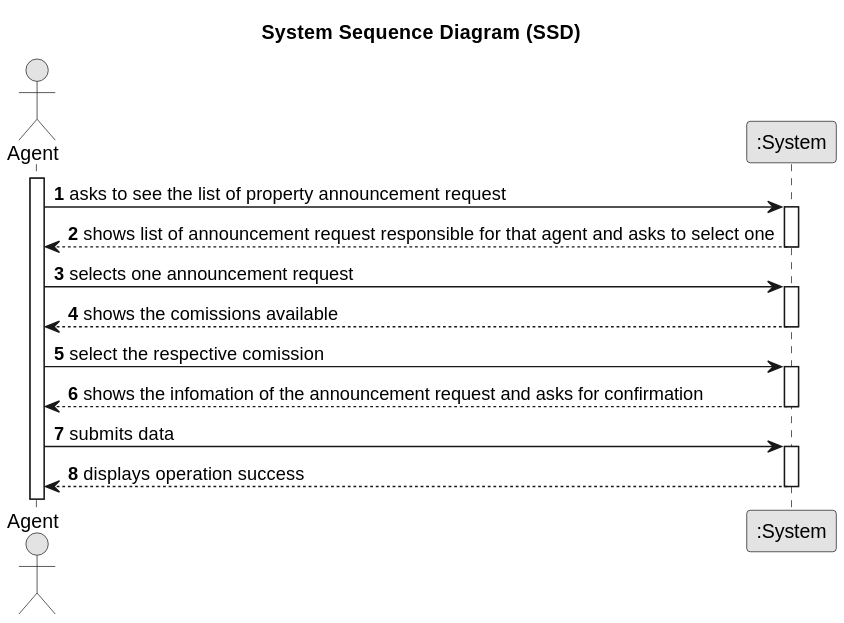
PureNimble/ISEP-LAPR2 keeps this PlantUML diagram as docs/sprintC/US08/01.requirements-engineering/svg/us08-system-sequence-diagram.svg. Above is the earlier version.
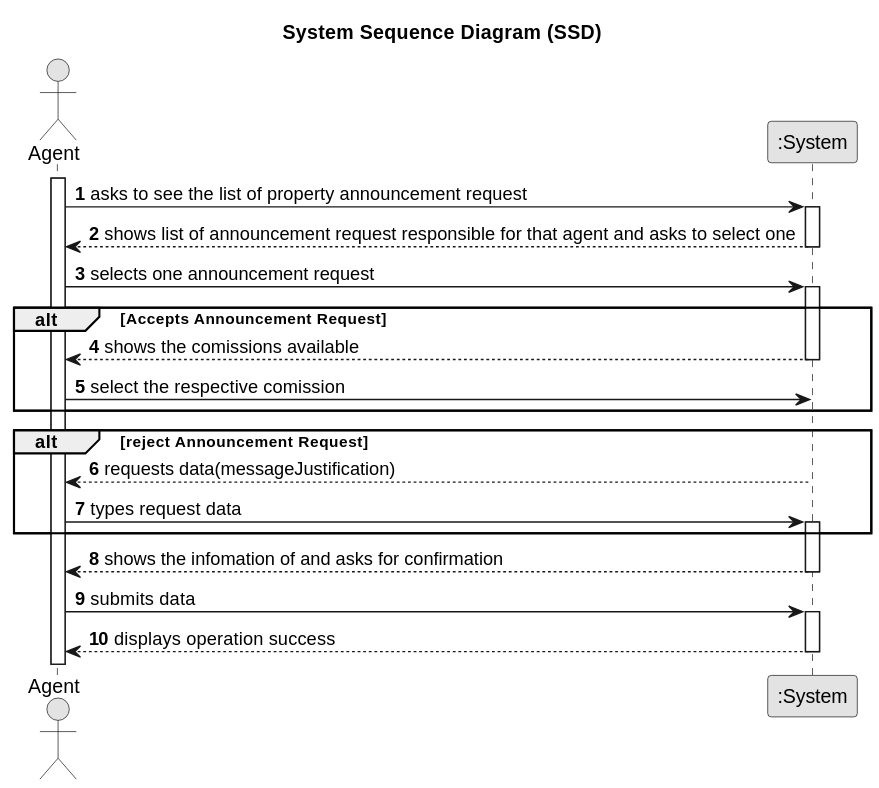
After the commit.

The edit, as a diff of the source:
```diff
@@ -21,15 +21,24 @@
             Agent -> System : selects one announcement request
             activate System
 
-
+alt Accepts Announcement Request
 System --> Agent:shows the comissions available
 deactivate System
 
 Agent -> System:select the respective comission
+deactivate System
+end
+alt reject Announcement Request
+System --> Agent:requests data(messageJustification)
+deactivate System
+
+Agent -> System:types request data
 activate System
+end
 
-System --> Agent: shows the infomation of the announcement request and asks for confirmation
+System --> Agent: shows the infomation of and asks for confirmation
 deactivate System
+
 
  Agent -> System : submits data
     activate System
```
